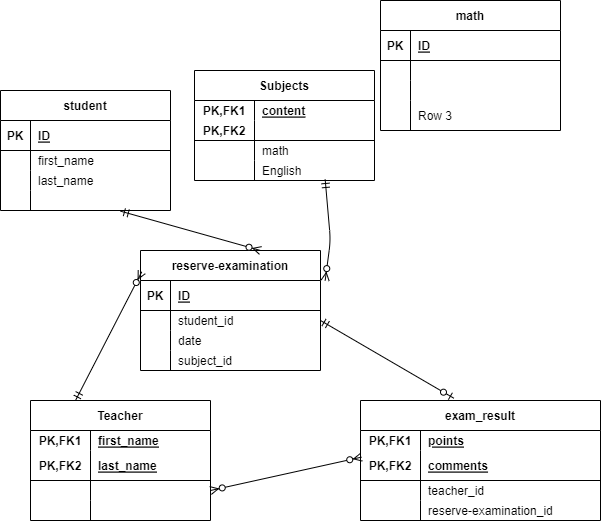
moro-ayu3/20230216_morohoshi keeps this draw.io diagram as index.drawio.png. Above is the earlier version. Source tidied: cells renumbered, new cells last; positions are measured from the earlier drawing's top-left corner, leaving out a move shared by most shapes.
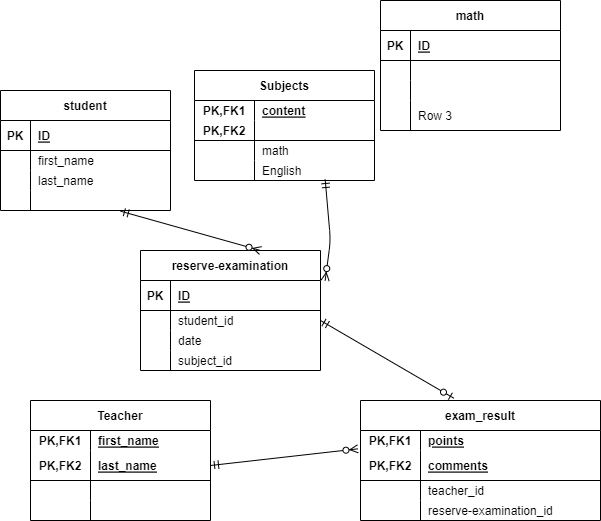
Later version of the same file.

Diff of the diagram source:
```diff
@@ -249,11 +249,8 @@
     <mxCell id="82" style="fontSize=12;html=1;endArrow=ERzeroToOne;startArrow=ERmandOne;entryX=0.389;entryY=-0.019;entryDx=0;entryDy=0;entryPerimeter=0;exitX=1;exitY=0.5;exitDx=0;exitDy=0;" parent="1" edge="1" source="19" target="54">
       <mxGeometry relative="1" as="geometry" />
     </mxCell>
-    <mxCell id="83" style="fontSize=12;html=1;endArrow=ERzeroToMany;endFill=1;startArrow=ERzeroToMany;exitX=1;exitY=0.5;exitDx=0;exitDy=0;entryX=0.004;entryY=0.222;entryDx=0;entryDy=0;entryPerimeter=0;" parent="1" edge="1" source="48" target="58">
-      <mxGeometry relative="1" as="geometry" />
-    </mxCell>
-    <mxCell id="84" style="fontSize=12;html=1;endArrow=ERzeroToMany;startArrow=ERmandOne;entryX=0.007;entryY=0.178;entryDx=0;entryDy=0;entryPerimeter=0;exitX=0.25;exitY=0;exitDx=0;exitDy=0;" parent="1" edge="1" source="41" target="15">
-      <mxGeometry relative="1" as="geometry" />
-    </mxCell>
+    <mxCell id="85" style="fontSize=12;html=1;endArrow=ERzeroToMany;startArrow=ERmandOne;entryX=-0.011;entryY=0.917;entryDx=0;entryDy=0;entryPerimeter=0;exitX=1;exitY=0.5;exitDx=0;exitDy=0;" parent="1" edge="1" source="45" target="55">
+      <mxGeometry relative="1" as="geometry" />
+    </mxCell>
   </root>
 </mxGraphModel>
```
